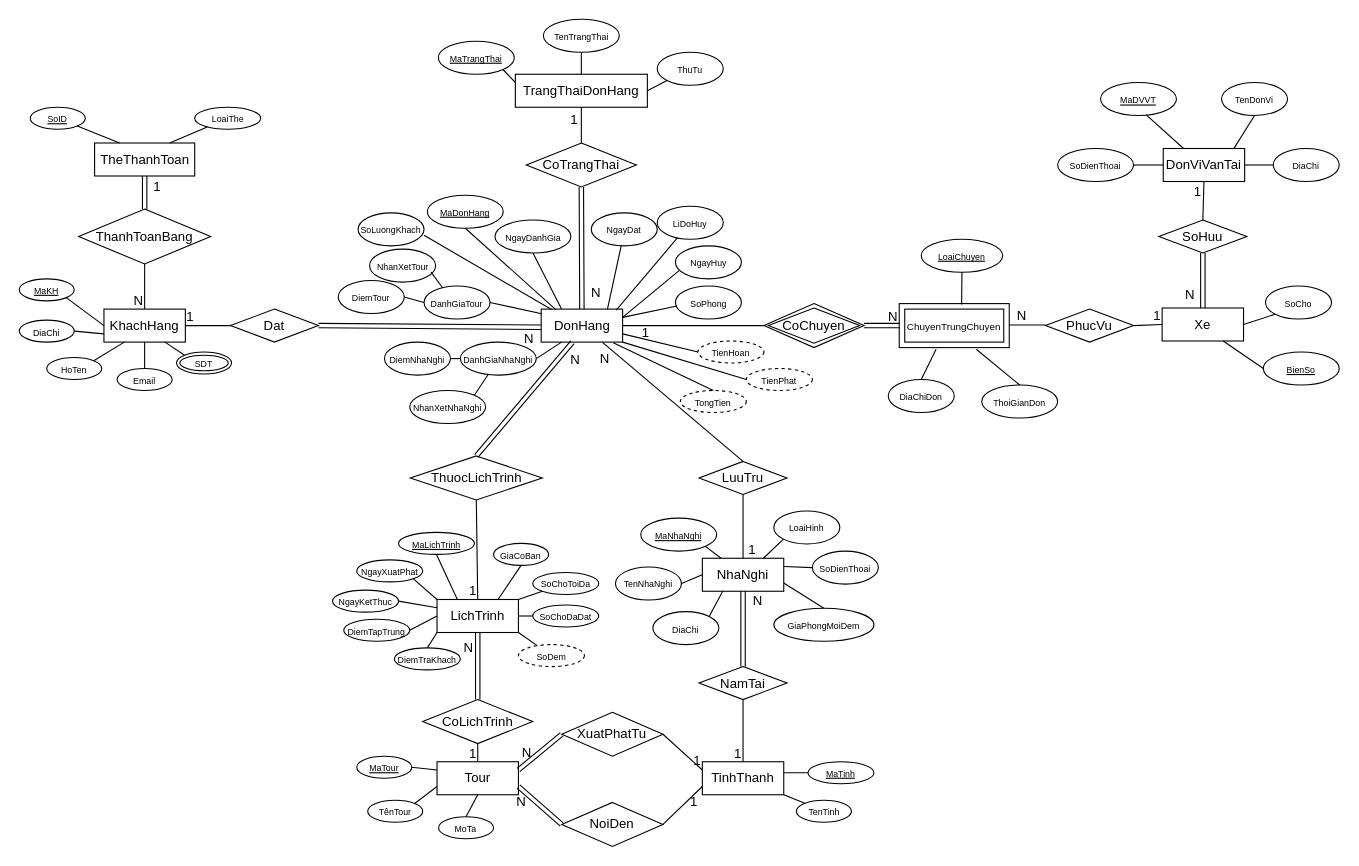
This is docs/diagrams/ERD.drawio from NgQKhanh2906/BTL-quan-ly-dat-tour-csdl-PTIT, a draw.io file, before an edit. Source tidied: cells renumbered, new cells numbered last; positions are measured from the earlier drawing's top-left corner, leaving out a move shared by most shapes. Both pictures are drawn from the tidied source at 110%, with x=0, y=0 at pixel (19, 19).
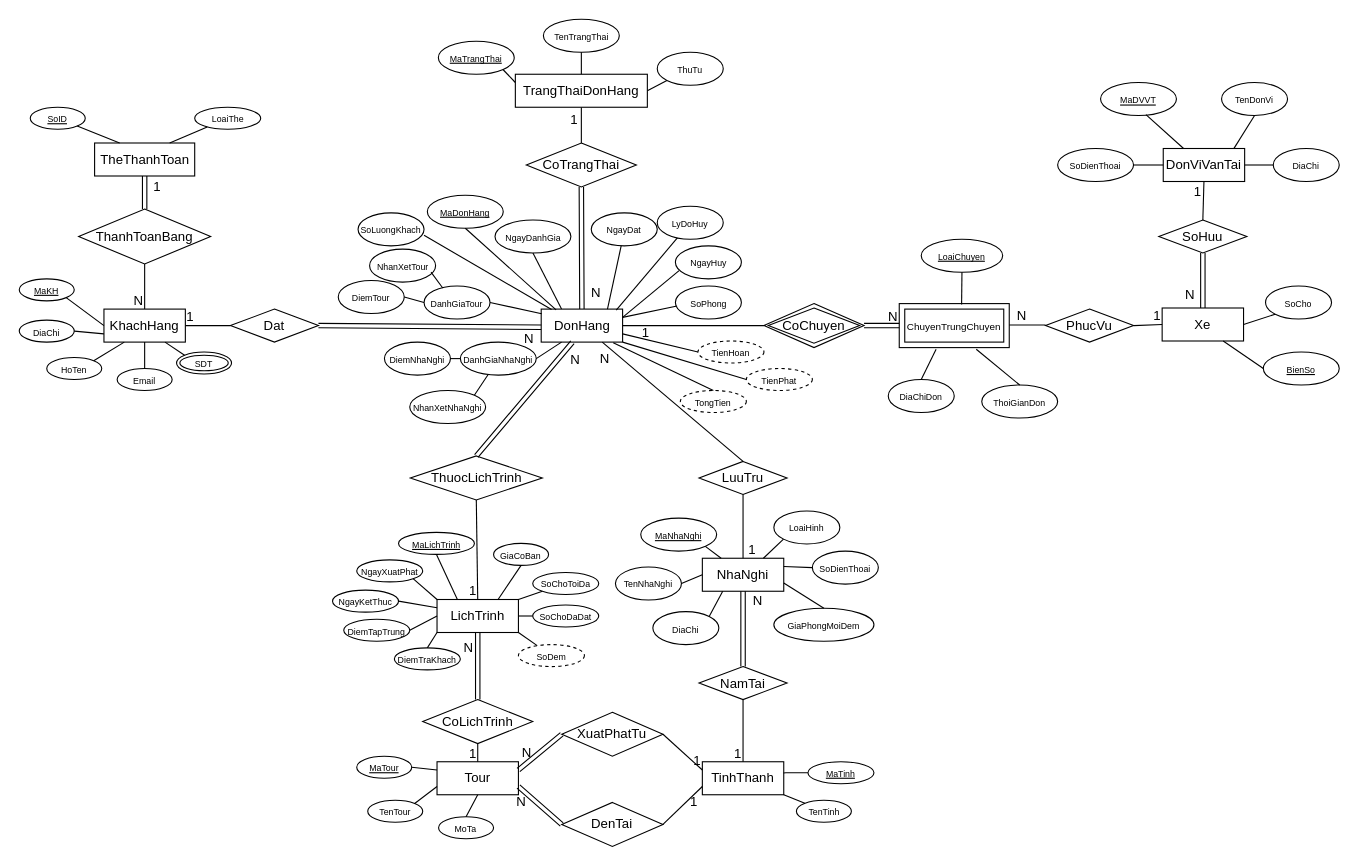
The same diagram, later.

Diff of the diagram source:
```diff
@@
-    <mxCell id="19" value="NoiDen" style="rhombus;whiteSpace=wrap;html=1;shapeInside=1;" parent="1" vertex="1">
+    <mxCell id="19" value="DenTai" style="rhombus;whiteSpace=wrap;html=1;shapeInside=1;" parent="1" vertex="1">
       <mxGeometry x="493.2" y="712" width="92" height="40" as="geometry" />
     </mxCell>
@@
-    <mxCell id="34" value="&lt;font style=&quot;font-size: 8px;&quot;&gt;TênTour&lt;/font&gt;" style="ellipse;whiteSpace=wrap;html=1;align=center;" parent="1" vertex="1">
+    <mxCell id="34" value="&lt;font style=&quot;font-size: 8px;&quot;&gt;TenTour&lt;/font&gt;" style="ellipse;whiteSpace=wrap;html=1;align=center;" parent="1" vertex="1">
       <mxGeometry x="316.8" y="710" width="50" height="20" as="geometry" />
     </mxCell>
@@
-    <mxCell id="65" value="&lt;font style=&quot;font-size: 8px;&quot;&gt;LiDoHuy&lt;/font&gt;" style="ellipse;whiteSpace=wrap;html=1;align=center;" parent="1" vertex="1">
+    <mxCell id="65" value="&lt;font style=&quot;font-size: 8px;&quot;&gt;LyDoHuy&lt;/font&gt;" style="ellipse;whiteSpace=wrap;html=1;align=center;" parent="1" vertex="1">
       <mxGeometry x="580" y="170" width="60" height="30" as="geometry" />
     </mxCell>
```
